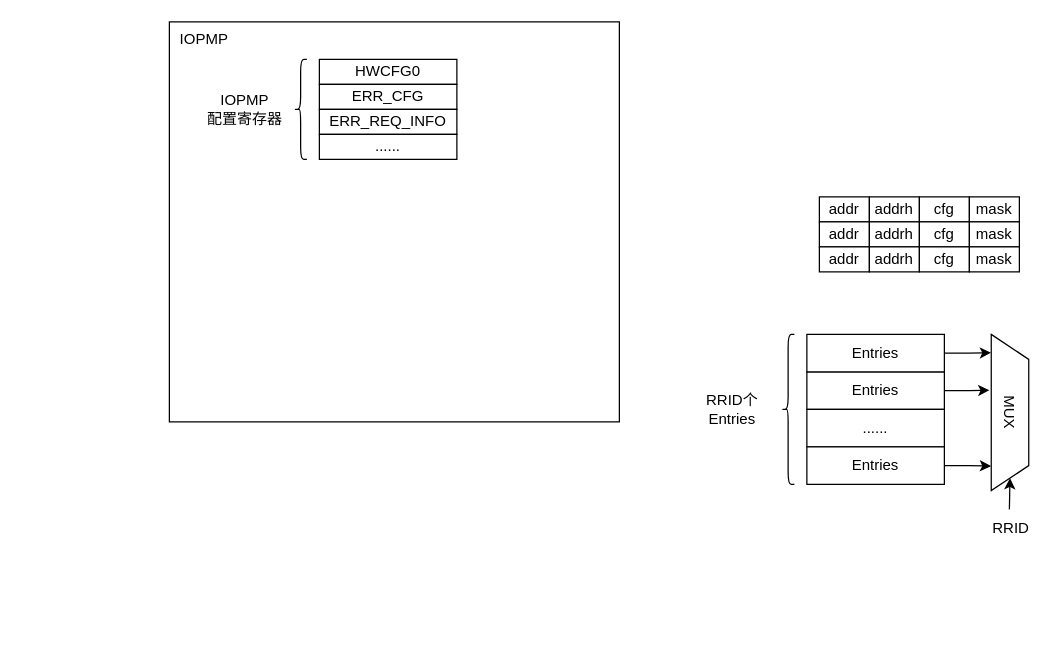
The draw.io diagram IOPMP.drawio in Invariant64/draw.io, before the edit. Source tidied: cells renumbered, new cells numbered last; positions are measured from the earlier drawing's top-left corner, leaving out a move shared by most shapes. Both pictures are drawn from the tidied source at 125%, with x=0, y=0 at pixel (169, 21).
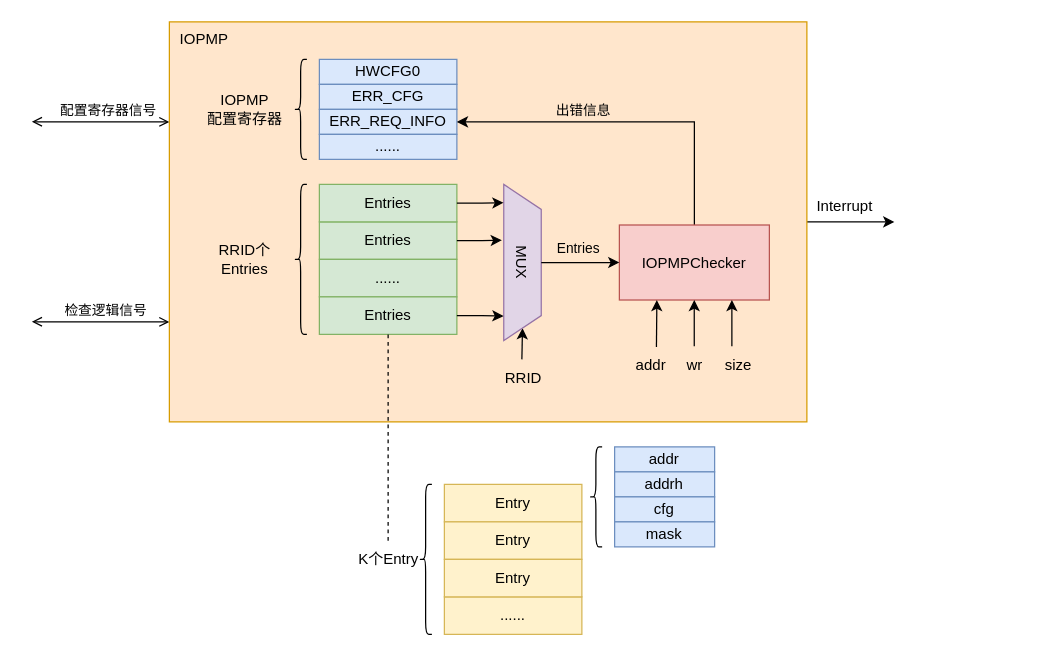
After the change.

Unchanged cells that the change refers to:
```xml
<mxCell id="3" style="group;" parent="1" vertex="1">
  <mxGeometry x="10" y="30" width="220" height="80" as="geometry" />
</mxCell>
```

Diff of the diagram source:
```diff
@@
+    <mxCell id="38" style="edgeStyle=orthogonalEdgeStyle;rounded=0;jettySize=auto;html=1;" parent="1" edge="1" source="2">
+      <mxGeometry relative="1" as="geometry">
+        <mxPoint x="580" y="160" as="targetPoint" />
+      </mxGeometry>
+    </mxCell>
+    <mxCell id="39" style="edgeStyle=orthogonalEdgeStyle;rounded=0;jettySize=auto;html=1;exitX=0;exitY=0.25;exitDx=0;exitDy=0;startArrow=open;startFill=0;endArrow=open;endFill=0;" parent="1" edge="1" source="2">
+      <mxGeometry relative="1" as="geometry">
+        <mxPoint x="-110" y="79.9" as="targetPoint" />
+      </mxGeometry>
+    </mxCell>
+    <mxCell id="40" value="配置寄存器信号" style="edgeLabel;html=1;align=center;verticalAlign=middle;" parent="39" vertex="1">
+      <mxGeometry x="0.07" y="-2" relative="1" as="geometry">
+        <mxPoint x="9" y="-8" as="offset" />
+      </mxGeometry>
+    </mxCell>
+    <mxCell id="41" style="edgeStyle=orthogonalEdgeStyle;rounded=0;jettySize=auto;html=1;exitX=0;exitY=0.75;exitDx=0;exitDy=0;startArrow=open;startFill=0;endArrow=open;endFill=0;" parent="1" edge="1" source="2">
+      <mxGeometry relative="1" as="geometry">
+        <mxPoint x="-110" y="239.9" as="targetPoint" />
+      </mxGeometry>
+    </mxCell>
+    <mxCell id="42" value="检查逻辑信号" style="edgeLabel;html=1;align=center;verticalAlign=middle;" parent="41" vertex="1">
+      <mxGeometry x="-0.05" y="-3" relative="1" as="geometry">
+        <mxPoint y="-7" as="offset" />
+      </mxGeometry>
+    </mxCell>
-    <mxCell id="2" value="&amp;nbsp; IOPMP" style="rounded=0;whiteSpace=wrap;html=1;align=left;verticalAlign=top;" parent="1" vertex="1">
-      <mxGeometry width="360" height="320" as="geometry" />
+    <mxCell id="2" value="&amp;nbsp; IOPMP" style="rounded=0;whiteSpace=wrap;html=1;align=left;verticalAlign=top;fillColor=#ffe6cc;strokeColor=#d79b00;" parent="1" vertex="1">
+      <mxGeometry width="510" height="320" as="geometry" />
     </mxCell>
@@
-    <mxCell id="4" value="HWCFG0" style="rounded=0;whiteSpace=wrap;html=1;" parent="3" vertex="1">
+    <mxCell id="4" value="HWCFG0" style="rounded=0;whiteSpace=wrap;html=1;fillColor=#dae8fc;strokeColor=#6c8ebf;" parent="3" vertex="1">
       <mxGeometry x="110" width="110" height="20" as="geometry" />
     </mxCell>
-    <mxCell id="5" value="ERR_CFG" style="rounded=0;whiteSpace=wrap;html=1;" parent="3" vertex="1">
+    <mxCell id="5" value="ERR_CFG" style="rounded=0;whiteSpace=wrap;html=1;fillColor=#dae8fc;strokeColor=#6c8ebf;" parent="3" vertex="1">
       <mxGeometry x="110" y="20" width="110" height="20" as="geometry" />
     </mxCell>
-    <mxCell id="6" value="ERR_REQ_INFO" style="rounded=0;whiteSpace=wrap;html=1;" parent="3" vertex="1">
+    <mxCell id="6" value="ERR_REQ_INFO" style="rounded=0;whiteSpace=wrap;html=1;fillColor=#dae8fc;strokeColor=#6c8ebf;" parent="3" vertex="1">
       <mxGeometry x="110" y="40" width="110" height="20" as="geometry" />
     </mxCell>
-    <mxCell id="7" value="......" style="rounded=0;whiteSpace=wrap;html=1;" parent="3" vertex="1">
+    <mxCell id="7" value="......" style="rounded=0;whiteSpace=wrap;html=1;fillColor=#dae8fc;strokeColor=#6c8ebf;" parent="3" vertex="1">
       <mxGeometry x="110" y="60" width="110" height="20" as="geometry" />
     </mxCell>
@@
-    <mxCell id="10" style="group;" parent="1" vertex="1">
-      <mxGeometry x="520" y="140" width="160" height="20" as="geometry" />
-    </mxCell>
-    <mxCell id="11" value="addr" style="rounded=0;whiteSpace=wrap;html=1;" parent="10" vertex="1">
-      <mxGeometry width="40" height="20" as="geometry" />
-    </mxCell>
-    <mxCell id="12" value="addrh" style="rounded=0;whiteSpace=wrap;html=1;" parent="10" vertex="1">
-      <mxGeometry x="40" width="40" height="20" as="geometry" />
-    </mxCell>
-    <mxCell id="13" value="cfg" style="rounded=0;whiteSpace=wrap;html=1;" parent="10" vertex="1">
-      <mxGeometry x="80" width="40" height="20" as="geometry" />
-    </mxCell>
-    <mxCell id="14" value="mask" style="rounded=0;whiteSpace=wrap;html=1;" parent="10" vertex="1">
-      <mxGeometry x="120" width="40" height="20" as="geometry" />
-    </mxCell>
-    <mxCell id="15" style="group;" parent="1" vertex="1">
-      <mxGeometry x="520" y="160" width="160" height="20" as="geometry" />
-    </mxCell>
-    <mxCell id="16" value="addr" style="rounded=0;whiteSpace=wrap;html=1;" parent="15" vertex="1">
-      <mxGeometry width="40" height="20" as="geometry" />
-    </mxCell>
-    <mxCell id="17" value="addrh" style="rounded=0;whiteSpace=wrap;html=1;" parent="15" vertex="1">
-      <mxGeometry x="40" width="40" height="20" as="geometry" />
-    </mxCell>
-    <mxCell id="18" value="cfg" style="rounded=0;whiteSpace=wrap;html=1;" parent="15" vertex="1">
-      <mxGeometry x="80" width="40" height="20" as="geometry" />
-    </mxCell>
-    <mxCell id="19" value="mask" style="rounded=0;whiteSpace=wrap;html=1;" parent="15" vertex="1">
-      <mxGeometry x="120" width="40" height="20" as="geometry" />
-    </mxCell>
-    <mxCell id="20" style="group;" parent="1" vertex="1">
-      <mxGeometry x="520" y="180" width="160" height="20" as="geometry" />
-    </mxCell>
-    <mxCell id="21" value="addr" style="rounded=0;whiteSpace=wrap;html=1;" parent="20" vertex="1">
-      <mxGeometry width="40" height="20" as="geometry" />
-    </mxCell>
-    <mxCell id="22" value="addrh" style="rounded=0;whiteSpace=wrap;html=1;" parent="20" vertex="1">
-      <mxGeometry x="40" width="40" height="20" as="geometry" />
-    </mxCell>
-    <mxCell id="23" value="cfg" style="rounded=0;whiteSpace=wrap;html=1;" parent="20" vertex="1">
-      <mxGeometry x="80" width="40" height="20" as="geometry" />
-    </mxCell>
-    <mxCell id="24" value="mask" style="rounded=0;whiteSpace=wrap;html=1;" parent="20" vertex="1">
-      <mxGeometry x="120" width="40" height="20" as="geometry" />
-    </mxCell>
     <mxCell id="25" style="group;" parent="1" vertex="1">
-      <mxGeometry x="420" y="250" width="277.5" height="170" as="geometry" />
+      <mxGeometry x="30" y="130" width="277.5" height="170" as="geometry" />
     </mxCell>
-    <mxCell id="26" value="Entries" style="rounded=0;whiteSpace=wrap;html=1;" parent="25" vertex="1">
+    <mxCell id="26" value="Entries" style="rounded=0;whiteSpace=wrap;html=1;fillColor=#d5e8d4;strokeColor=#82b366;" parent="25" vertex="1">
       <mxGeometry x="90" y="30" width="110" height="30" as="geometry" />
     </mxCell>
-    <mxCell id="27" value="Entries" style="rounded=0;whiteSpace=wrap;html=1;" parent="25" vertex="1">
+    <mxCell id="27" value="Entries" style="rounded=0;whiteSpace=wrap;html=1;fillColor=#d5e8d4;strokeColor=#82b366;" parent="25" vertex="1">
       <mxGeometry x="90" width="110" height="30" as="geometry" />
     </mxCell>
-    <mxCell id="28" value="......" style="rounded=0;whiteSpace=wrap;html=1;" parent="25" vertex="1">
+    <mxCell id="28" value="......" style="rounded=0;whiteSpace=wrap;html=1;fillColor=#d5e8d4;strokeColor=#82b366;" parent="25" vertex="1">
       <mxGeometry x="90" y="60" width="110" height="30" as="geometry" />
     </mxCell>
-    <mxCell id="29" value="Entries" style="rounded=0;whiteSpace=wrap;html=1;" parent="25" vertex="1">
+    <mxCell id="29" value="Entries" style="rounded=0;whiteSpace=wrap;html=1;fillColor=#d5e8d4;strokeColor=#82b366;" parent="25" vertex="1">
       <mxGeometry x="90" y="90" width="110" height="30" as="geometry" />
     </mxCell>
@@
-    <mxCell id="31" value="MUX" style="shape=trapezoid;perimeter=trapezoidPerimeter;whiteSpace=wrap;html=1;fixedSize=1;rotation=90;" parent="25" vertex="1">
+    <mxCell id="31" value="MUX" style="shape=trapezoid;perimeter=trapezoidPerimeter;whiteSpace=wrap;html=1;fixedSize=1;rotation=90;fillColor=#e1d5e7;strokeColor=#9673a6;" parent="25" vertex="1">
       <mxGeometry x="190" y="47.5" width="125" height="30" as="geometry" />
     </mxCell>
@@
+    <mxCell id="43" style="edgeStyle=orthogonalEdgeStyle;rounded=0;jettySize=auto;html=1;entryX=1;entryY=0.5;entryDx=0;entryDy=0;exitX=0.5;exitY=0;exitDx=0;exitDy=0;" parent="1" edge="1" source="45" target="6">
+      <mxGeometry relative="1" as="geometry" />
+    </mxCell>
+    <mxCell id="44" value="出错信息" style="edgeLabel;html=1;align=center;verticalAlign=middle;labelBackgroundColor=none;" parent="43" vertex="1">
+      <mxGeometry x="0.3" y="-1" relative="1" as="geometry">
+        <mxPoint x="5" y="-9" as="offset" />
+      </mxGeometry>
+    </mxCell>
+    <mxCell id="45" value="IOPMPChecker" style="rounded=0;whiteSpace=wrap;html=1;fillColor=#f8cecc;strokeColor=#b85450;" parent="1" vertex="1">
+      <mxGeometry x="360" y="162.5" width="120" height="60" as="geometry" />
+    </mxCell>
+    <mxCell id="46" style="edgeStyle=orthogonalEdgeStyle;rounded=0;jettySize=auto;html=1;entryX=0;entryY=0.5;entryDx=0;entryDy=0;" parent="1" edge="1" source="31" target="45">
+      <mxGeometry relative="1" as="geometry" />
+    </mxCell>
+    <mxCell id="47" value="Entries" style="edgeLabel;html=1;align=center;verticalAlign=middle;labelBackgroundColor=none;" parent="46" vertex="1">
+      <mxGeometry x="-0.06" y="1" relative="1" as="geometry">
+        <mxPoint y="-11" as="offset" />
+      </mxGeometry>
+    </mxCell>
+    <mxCell id="48" value="Interrupt" style="text;html=1;align=center;verticalAlign=middle;strokeColor=none;fillColor=none;" parent="1" vertex="1">
+      <mxGeometry x="505" y="132.5" width="70" height="30" as="geometry" />
+    </mxCell>
+    <mxCell id="49" style="edgeStyle=orthogonalEdgeStyle;rounded=0;jettySize=auto;html=1;exitX=0.25;exitY=1;exitDx=0;exitDy=0;entryX=0.764;entryY=0.813;entryDx=0;entryDy=0;entryPerimeter=0;startArrow=classic;startFill=1;endArrow=none;" parent="1" edge="1" source="45" target="2">
+      <mxGeometry relative="1" as="geometry" />
+    </mxCell>
+    <mxCell id="50" value="addr" style="text;html=1;align=center;verticalAlign=middle;strokeColor=none;fillColor=none;" parent="1" vertex="1">
+      <mxGeometry x="360" y="260" width="50" height="30" as="geometry" />
+    </mxCell>
+    <mxCell id="51" style="edgeStyle=orthogonalEdgeStyle;rounded=0;orthogonalLoop=1;jettySize=auto;html=1;exitX=0.25;exitY=1;exitDx=0;exitDy=0;entryX=0.764;entryY=0.813;entryDx=0;entryDy=0;entryPerimeter=0;startArrow=classic;startFill=1;endArrow=none;" parent="1" edge="1">
+      <mxGeometry relative="1" as="geometry">
+        <mxPoint x="419.9" y="222.5" as="sourcePoint" />
+        <mxPoint x="419.9" y="259.5" as="targetPoint" />
+      </mxGeometry>
+    </mxCell>
+    <mxCell id="52" style="edgeStyle=orthogonalEdgeStyle;rounded=0;orthogonalLoop=1;jettySize=auto;html=1;exitX=0.25;exitY=1;exitDx=0;exitDy=0;entryX=0.764;entryY=0.813;entryDx=0;entryDy=0;entryPerimeter=0;startArrow=classic;startFill=1;endArrow=none;" parent="1" edge="1">
+      <mxGeometry relative="1" as="geometry">
+        <mxPoint x="450" y="222.5" as="sourcePoint" />
+        <mxPoint x="450" y="259.5" as="targetPoint" />
+      </mxGeometry>
+    </mxCell>
+    <mxCell id="53" value="wr" style="text;html=1;align=center;verticalAlign=middle;strokeColor=none;fillColor=none;" parent="1" vertex="1">
+      <mxGeometry x="400" y="260" width="40" height="30" as="geometry" />
+    </mxCell>
+    <mxCell id="54" value="size" style="text;html=1;align=center;verticalAlign=middle;strokeColor=none;fillColor=none;" parent="1" vertex="1">
+      <mxGeometry x="435" y="260" width="40" height="30" as="geometry" />
+    </mxCell>
+    <mxCell id="55" style="endArrow=none;dashed=1;html=1;rounded=0;entryX=0.5;entryY=1;entryDx=0;entryDy=0;" parent="1" edge="1" source="67" target="29">
+      <mxGeometry relative="1" as="geometry" />
+    </mxCell>
+    <mxCell id="56" style="group;" parent="1" vertex="1">
+      <mxGeometry x="140" y="340" width="326.2" height="150" as="geometry" />
+    </mxCell>
+    <mxCell id="57" value="......" style="rounded=0;whiteSpace=wrap;html=1;fillColor=#fff2cc;strokeColor=#d6b656;" parent="56" vertex="1">
+      <mxGeometry x="80" y="120" width="110" height="30" as="geometry" />
+    </mxCell>
+    <mxCell id="58" style="group;" parent="56" vertex="1">
+      <mxGeometry x="196.2" width="130" height="80" as="geometry" />
+    </mxCell>
+    <mxCell id="59" value="addr" style="rounded=0;whiteSpace=wrap;html=1;fillColor=#dae8fc;strokeColor=#6c8ebf;" parent="58" vertex="1">
+      <mxGeometry x="20" width="80" height="20" as="geometry" />
+    </mxCell>
+    <mxCell id="60" value="addrh" style="rounded=0;whiteSpace=wrap;html=1;fillColor=#dae8fc;strokeColor=#6c8ebf;" parent="58" vertex="1">
+      <mxGeometry x="20" y="20" width="80" height="20" as="geometry" />
+    </mxCell>
+    <mxCell id="61" value="cfg" style="rounded=0;whiteSpace=wrap;html=1;fillColor=#dae8fc;strokeColor=#6c8ebf;" parent="58" vertex="1">
+      <mxGeometry x="20" y="40" width="80" height="20" as="geometry" />
+    </mxCell>
+    <mxCell id="62" value="mask" style="rounded=0;whiteSpace=wrap;html=1;fillColor=#dae8fc;strokeColor=#6c8ebf;" parent="58" vertex="1">
+      <mxGeometry x="20" y="60" width="80" height="20" as="geometry" />
+    </mxCell>
+    <mxCell id="63" style="shape=curlyBracket;whiteSpace=wrap;html=1;rounded=1;labelPosition=left;verticalLabelPosition=middle;align=right;verticalAlign=middle;size=0.5;" parent="58" vertex="1">
+      <mxGeometry width="10" height="80" as="geometry" />
+    </mxCell>
+    <mxCell id="64" value="Entry" style="rounded=0;whiteSpace=wrap;html=1;fillColor=#fff2cc;strokeColor=#d6b656;" parent="56" vertex="1">
+      <mxGeometry x="80" y="30" width="110" height="30" as="geometry" />
+    </mxCell>
+    <mxCell id="65" value="Entry" style="rounded=0;whiteSpace=wrap;html=1;fillColor=#fff2cc;strokeColor=#d6b656;" parent="56" vertex="1">
+      <mxGeometry x="80" y="60" width="110" height="30" as="geometry" />
+    </mxCell>
+    <mxCell id="66" style="shape=curlyBracket;whiteSpace=wrap;html=1;rounded=1;labelPosition=left;verticalLabelPosition=middle;align=right;verticalAlign=middle;size=0.5;" parent="56" vertex="1">
+      <mxGeometry x="60" y="30" width="10" height="120" as="geometry" />
+    </mxCell>
+    <mxCell id="67" value="K个Entry" style="text;html=1;align=center;verticalAlign=middle;points=[];strokeColor=none;fillColor=none;" parent="56" vertex="1">
+      <mxGeometry y="75" width="70" height="30" as="geometry" />
+    </mxCell>
+    <mxCell id="68" value="Entry" style="rounded=0;whiteSpace=wrap;html=1;fillColor=#fff2cc;strokeColor=#d6b656;" parent="56" vertex="1">
+      <mxGeometry x="80" y="90" width="110" height="30" as="geometry" />
+    </mxCell>
```
